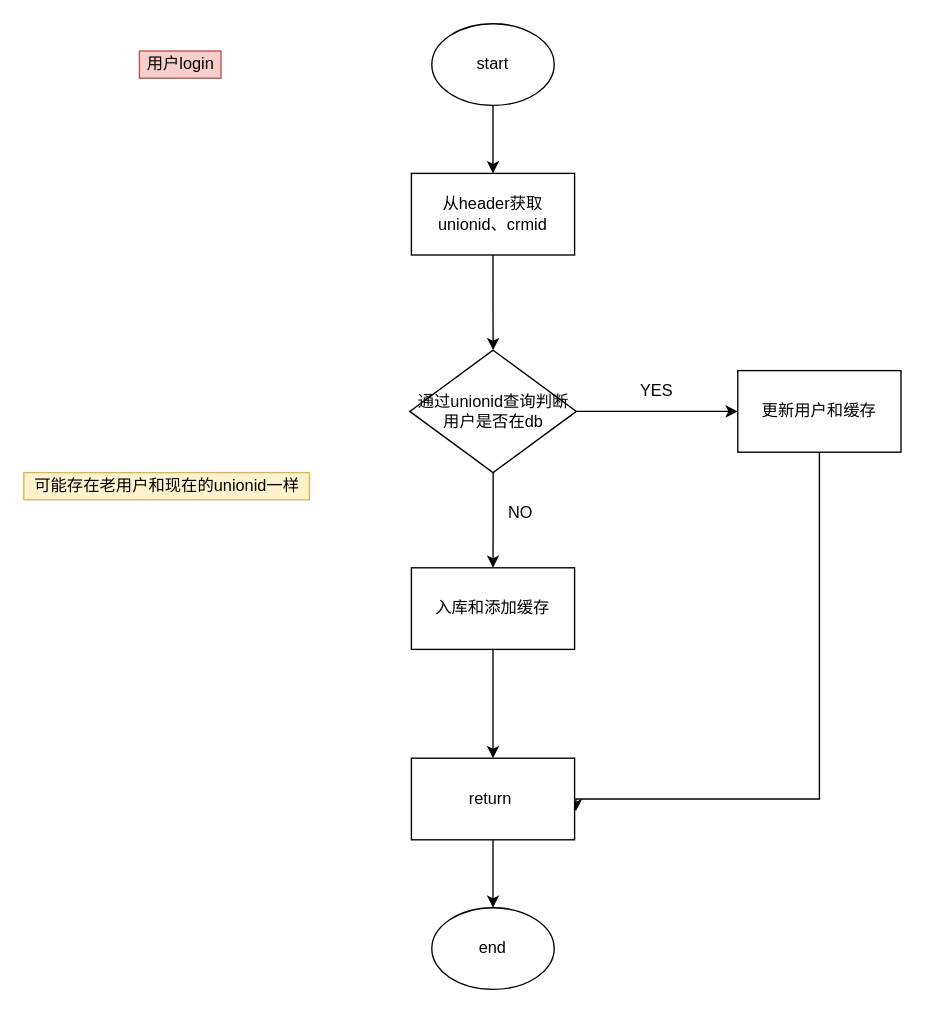
The draw.io diagram miniprojectlogin.drawio in FocusZhouGD/drawprogram, before the edit. Source tidied: cells renumbered, new cells numbered last; positions are measured from the earlier drawing's top-left corner, leaving out a move shared by most shapes. Both pictures are drawn from the tidied source at 136%, with x=0, y=0 at pixel (23, 23).
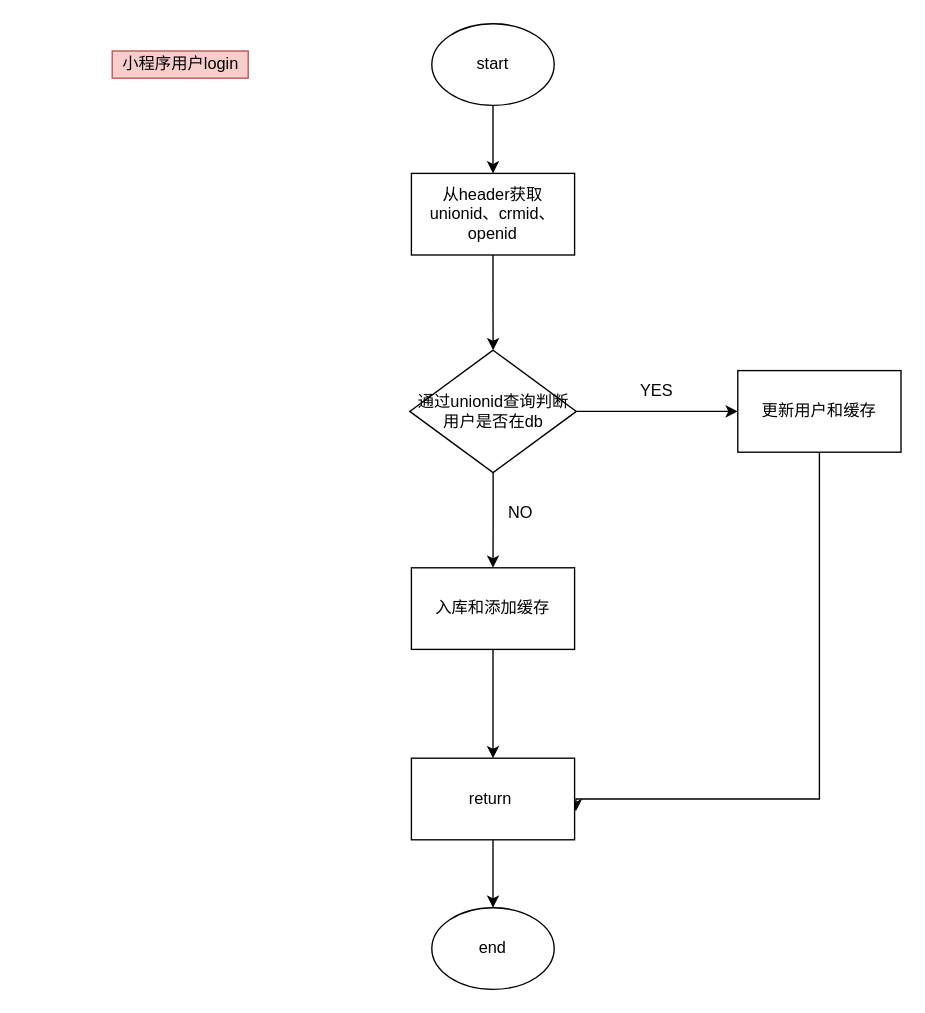
After the change.

Diff of the diagram source:
```diff
@@
-    <mxCell id="5" value="从header获取unionid、crmid" style="rounded=0;whiteSpace=wrap;html=1;" parent="1" vertex="1">
+    <mxCell id="5" value="从header获取unionid、crmid、openid" style="rounded=0;whiteSpace=wrap;html=1;" parent="1" vertex="1">
       <mxGeometry x="285" y="110" width="120" height="60" as="geometry" />
     </mxCell>
@@
-    <mxCell id="18" value="用户login" style="text;html=1;align=center;verticalAlign=middle;strokeColor=#b85450;fillColor=#f8cecc;" parent="1" vertex="1">
-      <mxGeometry x="85" y="20" width="60" height="20" as="geometry" />
+    <mxCell id="18" value="小程序用户login" style="text;html=1;align=center;verticalAlign=middle;strokeColor=#b85450;fillColor=#f8cecc;" parent="1" vertex="1">
+      <mxGeometry x="65" y="20" width="100" height="20" as="geometry" />
     </mxCell>
-    <mxCell id="19" value="可能存在老用户和现在的unionid一样" style="text;html=1;align=center;verticalAlign=middle;strokeColor=#d6b656;fillColor=#fff2cc;" parent="1" vertex="1">
-      <mxGeometry y="330" width="210" height="20" as="geometry" />
-    </mxCell>
```
